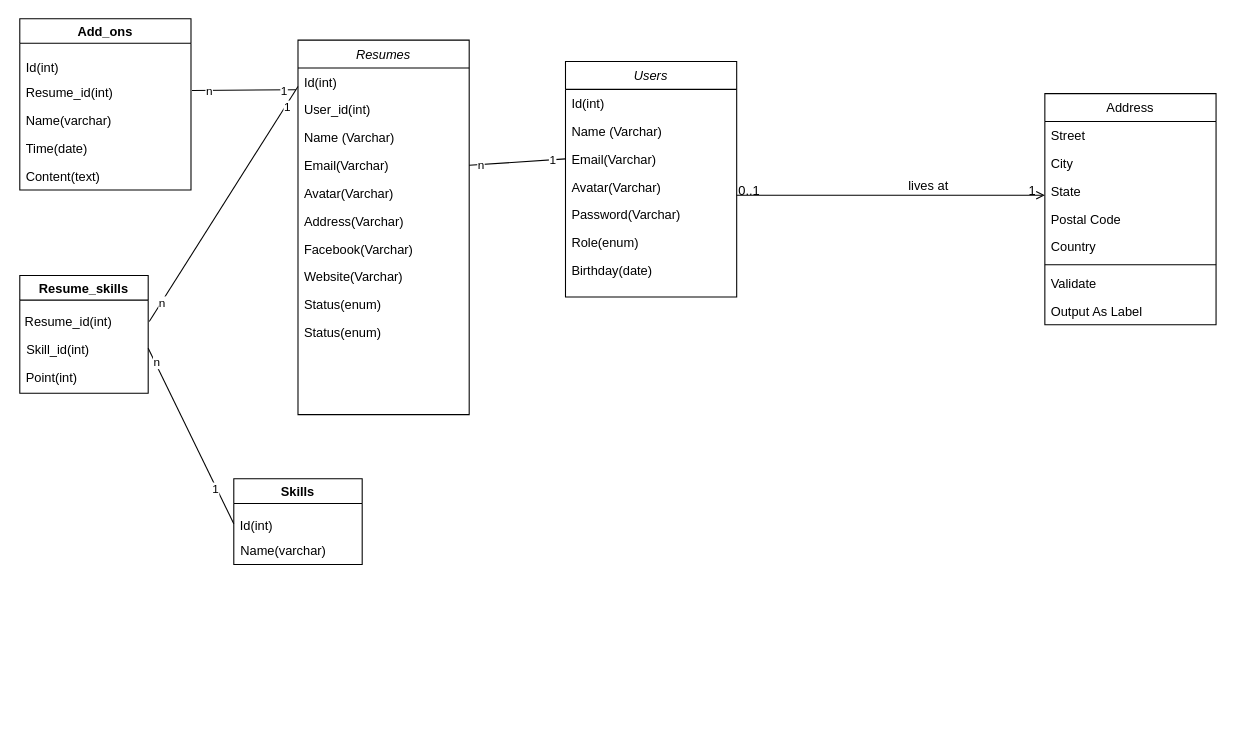
This is find-job-database.drawio from LVQA1998/libraby, a draw.io file, before an edit. Source tidied: cells renumbered, new cells numbered last; positions are measured from the earlier drawing's top-left corner, leaving out a move shared by most shapes. Both pictures are drawn from the tidied source at 107%, with x=0, y=0 at pixel (18, 18).
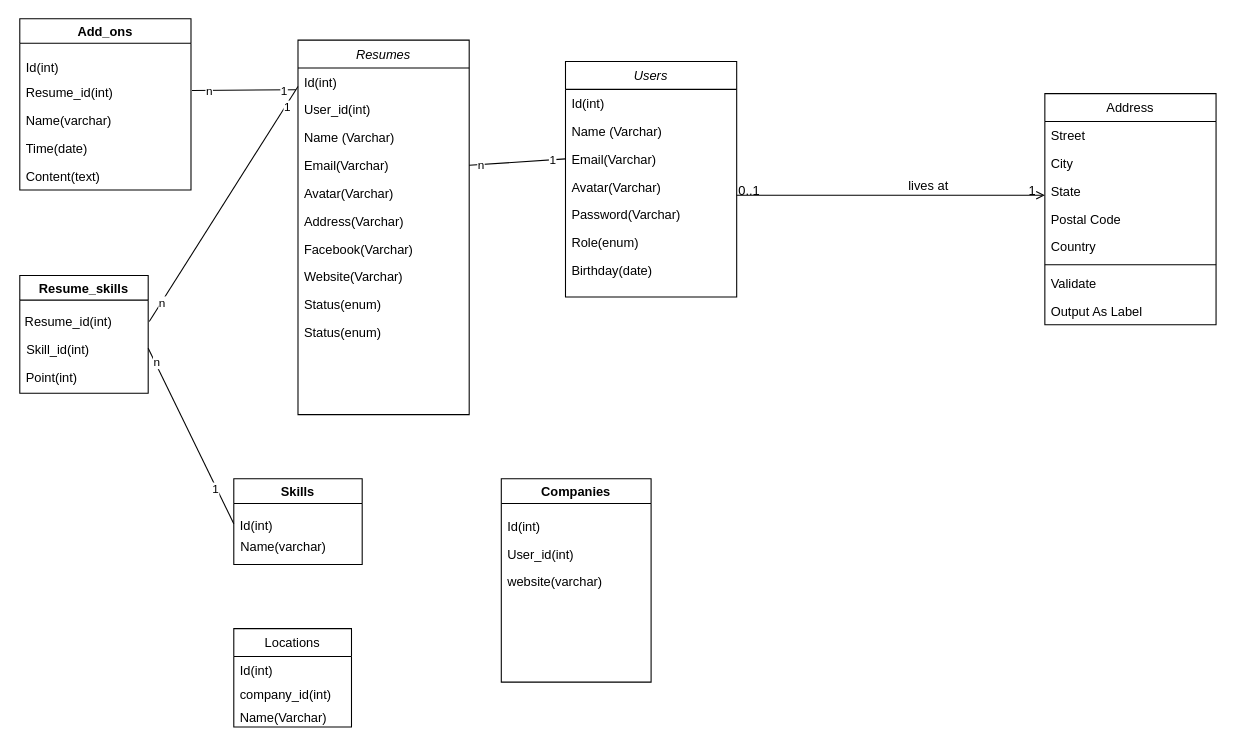
Above is the later version.

Unchanged cells that the change refers to:
```xml
<mxCell id="47" value="Skills" style="swimlane;" parent="23" vertex="1">
  <mxGeometry x="201" y="430" width="120" height="80" as="geometry" />
</mxCell>
```

What changed in the source:
```diff
@@
     <mxCell id="49" value="Name(varchar)" style="text;align=left;verticalAlign=top;spacingLeft=4;spacingRight=4;overflow=hidden;rounded=0;shadow=0;html=0;" parent="47" vertex="1">
-      <mxGeometry x="0.5" y="54" width="119.5" height="24" as="geometry" />
+      <mxGeometry x="0.5" y="50" width="119.5" height="24" as="geometry" />
     </mxCell>
@@
+    <mxCell id="60" value="Companies" style="swimlane;" parent="23" vertex="1">
+      <mxGeometry x="451" y="430" width="140" height="190" as="geometry" />
+    </mxCell>
+    <mxCell id="61" value="Id(int)" style="text;strokeColor=none;fillColor=none;align=left;verticalAlign=top;spacingLeft=4;spacingRight=4;overflow=hidden;" parent="60" vertex="1">
+      <mxGeometry y="31" width="140" height="26" as="geometry" />
+    </mxCell>
+    <mxCell id="62" value="User_id(int)" style="text;strokeColor=none;fillColor=none;align=left;verticalAlign=top;spacingLeft=4;spacingRight=4;overflow=hidden;" parent="60" vertex="1">
+      <mxGeometry y="57" width="140" height="26" as="geometry" />
+    </mxCell>
+    <mxCell id="63" value="website(varchar)" style="text;strokeColor=none;fillColor=none;align=left;verticalAlign=top;spacingLeft=4;spacingRight=4;overflow=hidden;" parent="60" vertex="1">
+      <mxGeometry y="83" width="140" height="22" as="geometry" />
+    </mxCell>
+    <mxCell id="64" style="edgeStyle=none;rounded=0;orthogonalLoop=1;jettySize=auto;html=1;entryX=1;entryY=0.5;entryDx=0;entryDy=0;endArrow=none;endFill=0;" parent="23" edge="1">
+      <mxGeometry relative="1" as="geometry">
+        <mxPoint x="331" y="590" as="sourcePoint" />
+        <mxPoint x="331" y="590" as="targetPoint" />
+      </mxGeometry>
+    </mxCell>
+    <mxCell id="65" value="Locations" style="swimlane;fontStyle=0;horizontal=1;startSize=26;fillColor=none;" parent="23" vertex="1">
+      <mxGeometry x="201" y="570" width="110" height="92" as="geometry" />
+    </mxCell>
+    <mxCell id="66" value="Id(int)" style="text;strokeColor=none;fillColor=none;align=left;verticalAlign=top;spacingLeft=4;spacingRight=4;overflow=hidden;" parent="65" vertex="1">
+      <mxGeometry y="26" width="110" height="22" as="geometry" />
+    </mxCell>
+    <mxCell id="67" value="company_id(int)" style="text;strokeColor=none;fillColor=none;align=left;verticalAlign=top;spacingLeft=4;spacingRight=4;overflow=hidden;" parent="65" vertex="1">
+      <mxGeometry y="48" width="110" height="22" as="geometry" />
+    </mxCell>
+    <mxCell id="68" value="Name(Varchar)" style="text;strokeColor=none;fillColor=none;align=left;verticalAlign=top;spacingLeft=4;spacingRight=4;overflow=hidden;" parent="65" vertex="1">
+      <mxGeometry y="70" width="110" height="22" as="geometry" />
+    </mxCell>
```
